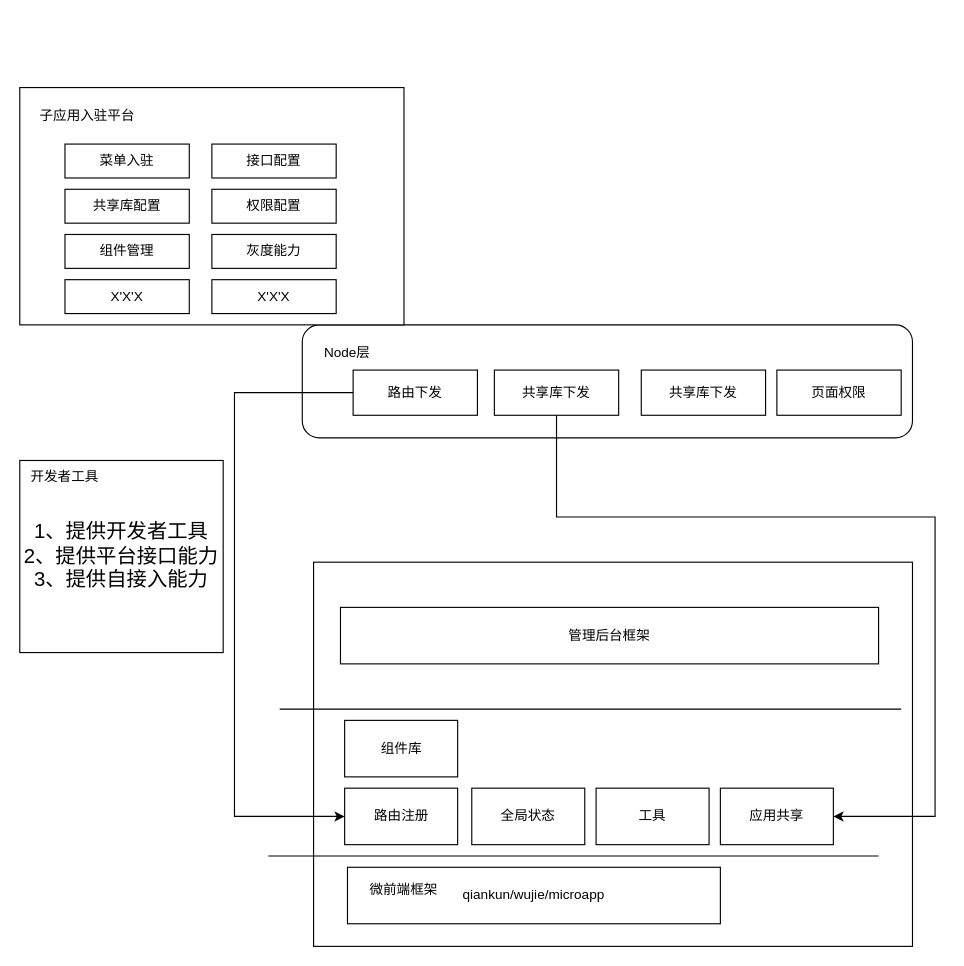
Before: 微前端方案落地.drawio in Kucell/tech-solutions, a draw.io diagram. Source tidied: cells renumbered, new cells numbered last; positions are measured from the earlier drawing's top-left corner, leaving out a move shared by most shapes. Both pictures are drawn from the tidied source at 113%, with x=0, y=0 at pixel (19, 87).
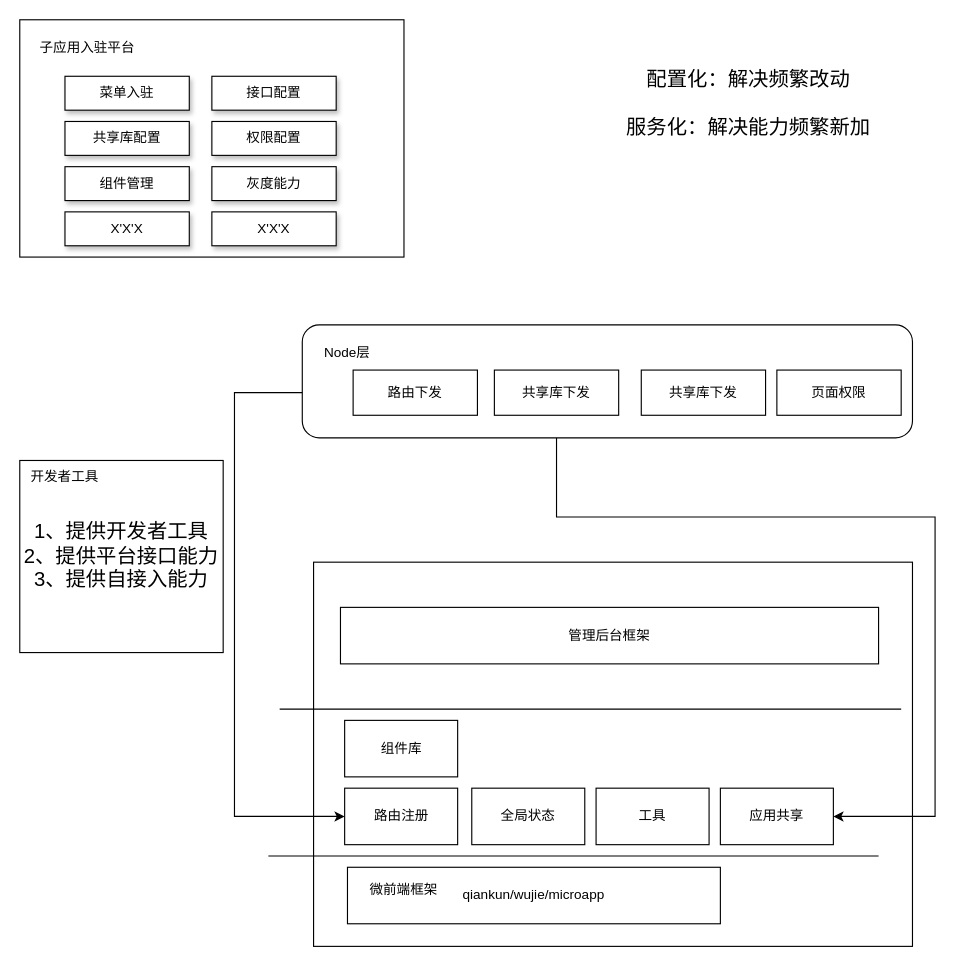
The same page after the edit.

Commit message (it also covers changes not shown here):
Update 微前端方案落地.drawio

Diff of the diagram source:
```diff
@@
-    <mxCell id="13" style="rounded=1;whiteSpace=wrap;html=1;" parent="1" vertex="1">
-      <mxGeometry x="250" y="210" width="540" height="100" as="geometry" />
-    </mxCell>
-    <mxCell id="14" value="Node层" style="text;html=1;strokeColor=none;fillColor=none;align=center;verticalAlign=middle;whiteSpace=wrap;rounded=0;" parent="1" vertex="1">
-      <mxGeometry x="260" y="220" width="60" height="30" as="geometry" />
-    </mxCell>
@@
-    <mxCell id="16" value="路由下发" style="rounded=0;whiteSpace=wrap;html=1;" parent="1" vertex="1">
-      <mxGeometry x="295" y="250" width="110" height="40" as="geometry" />
-    </mxCell>
@@
-    <mxCell id="18" value="共享库下发" style="rounded=0;whiteSpace=wrap;html=1;" parent="1" vertex="1">
-      <mxGeometry x="420" y="250" width="110" height="40" as="geometry" />
-    </mxCell>
-    <mxCell id="19" value="共享库下发" style="rounded=0;whiteSpace=wrap;html=1;" parent="1" vertex="1">
-      <mxGeometry x="550" y="250" width="110" height="40" as="geometry" />
-    </mxCell>
-    <mxCell id="20" value="页面权限" style="rounded=0;whiteSpace=wrap;html=1;" parent="1" vertex="1">
-      <mxGeometry x="670" y="250" width="110" height="40" as="geometry" />
-    </mxCell>
+    <mxCell id="31" value="&lt;font style=&quot;font-size: 18px;&quot;&gt;1、提供开发者工具&lt;br&gt;2、提供平台接口能力&lt;br&gt;3、提供自接入能力&lt;/font&gt;" style="rounded=0;whiteSpace=wrap;html=1;" parent="1" vertex="1">
+      <mxGeometry y="330" width="180" height="170" as="geometry" />
+    </mxCell>
+    <mxCell id="32" value="开发者工具" style="text;html=1;strokeColor=none;fillColor=none;align=center;verticalAlign=middle;whiteSpace=wrap;rounded=0;" parent="1" vertex="1">
+      <mxGeometry y="330" width="80" height="30" as="geometry" />
+    </mxCell>
+    <mxCell id="33" style="group;" parent="1" vertex="1">
+      <mxGeometry y="-60" width="340" height="210" as="geometry" />
+    </mxCell>
-    <mxCell id="21" style="rounded=0;whiteSpace=wrap;html=1;" parent="1" vertex="1">
+    <mxCell id="21" style="rounded=0;whiteSpace=wrap;html=1;" parent="33" vertex="1">
       <mxGeometry width="340" height="210" as="geometry" />
     </mxCell>
-    <mxCell id="22" value="子应用入驻平台" style="text;html=1;strokeColor=none;fillColor=none;align=center;verticalAlign=middle;whiteSpace=wrap;rounded=0;" parent="1" vertex="1">
+    <mxCell id="22" value="子应用入驻平台" style="text;html=1;strokeColor=none;fillColor=none;align=center;verticalAlign=middle;whiteSpace=wrap;rounded=0;shadow=1;" parent="33" vertex="1">
       <mxGeometry x="10" y="10" width="100" height="30" as="geometry" />
     </mxCell>
-    <mxCell id="23" value="菜单入驻" style="rounded=0;whiteSpace=wrap;html=1;" parent="1" vertex="1">
+    <mxCell id="23" value="菜单入驻" style="rounded=0;whiteSpace=wrap;html=1;shadow=1;" parent="33" vertex="1">
       <mxGeometry x="40" y="50" width="110" height="30" as="geometry" />
     </mxCell>
-    <mxCell id="24" value="接口配置" style="rounded=0;whiteSpace=wrap;html=1;" parent="1" vertex="1">
+    <mxCell id="24" value="接口配置" style="rounded=0;whiteSpace=wrap;html=1;shadow=1;" parent="33" vertex="1">
       <mxGeometry x="170" y="50" width="110" height="30" as="geometry" />
     </mxCell>
-    <mxCell id="25" value="共享库配置" style="rounded=0;whiteSpace=wrap;html=1;" parent="1" vertex="1">
+    <mxCell id="25" value="共享库配置" style="rounded=0;whiteSpace=wrap;html=1;shadow=1;" parent="33" vertex="1">
       <mxGeometry x="40" y="90" width="110" height="30" as="geometry" />
     </mxCell>
-    <mxCell id="26" value="权限配置" style="rounded=0;whiteSpace=wrap;html=1;" parent="1" vertex="1">
+    <mxCell id="26" value="权限配置" style="rounded=0;whiteSpace=wrap;html=1;shadow=1;" parent="33" vertex="1">
       <mxGeometry x="170" y="90" width="110" height="30" as="geometry" />
     </mxCell>
-    <mxCell id="27" value="组件管理" style="rounded=0;whiteSpace=wrap;html=1;" parent="1" vertex="1">
+    <mxCell id="27" value="组件管理" style="rounded=0;whiteSpace=wrap;html=1;shadow=1;" parent="33" vertex="1">
       <mxGeometry x="40" y="130" width="110" height="30" as="geometry" />
     </mxCell>
-    <mxCell id="28" value="灰度能力" style="rounded=0;whiteSpace=wrap;html=1;" parent="1" vertex="1">
+    <mxCell id="28" value="灰度能力" style="rounded=0;whiteSpace=wrap;html=1;shadow=1;" parent="33" vertex="1">
       <mxGeometry x="170" y="130" width="110" height="30" as="geometry" />
     </mxCell>
-    <mxCell id="29" value="X'X'X" style="rounded=0;whiteSpace=wrap;html=1;" parent="1" vertex="1">
+    <mxCell id="29" value="X'X'X" style="rounded=0;whiteSpace=wrap;html=1;shadow=1;" parent="33" vertex="1">
       <mxGeometry x="40" y="170" width="110" height="30" as="geometry" />
     </mxCell>
-    <mxCell id="30" value="X'X'X" style="rounded=0;whiteSpace=wrap;html=1;" parent="1" vertex="1">
+    <mxCell id="30" value="X'X'X" style="rounded=0;whiteSpace=wrap;html=1;shadow=1;" parent="33" vertex="1">
       <mxGeometry x="170" y="170" width="110" height="30" as="geometry" />
     </mxCell>
-    <mxCell id="31" value="&lt;font style=&quot;font-size: 18px;&quot;&gt;1、提供开发者工具&lt;br&gt;2、提供平台接口能力&lt;br&gt;3、提供自接入能力&lt;/font&gt;" style="rounded=0;whiteSpace=wrap;html=1;" parent="1" vertex="1">
-      <mxGeometry y="330" width="180" height="170" as="geometry" />
-    </mxCell>
-    <mxCell id="32" value="开发者工具" style="text;html=1;strokeColor=none;fillColor=none;align=center;verticalAlign=middle;whiteSpace=wrap;rounded=0;" parent="1" vertex="1">
-      <mxGeometry y="330" width="80" height="30" as="geometry" />
-    </mxCell>
+    <mxCell id="34" value="&lt;font style=&quot;font-size: 18px;&quot;&gt;配置化：解决频繁改动&lt;br&gt;&lt;br&gt;服务化：解决能力频繁新加&lt;br&gt;&lt;/font&gt;" style="text;html=1;strokeColor=none;fillColor=none;align=center;verticalAlign=middle;whiteSpace=wrap;rounded=0;" parent="1" vertex="1">
+      <mxGeometry x="480" y="-20" width="330" height="70" as="geometry" />
+    </mxCell>
+    <mxCell id="35" style="group;" parent="1" vertex="1">
+      <mxGeometry x="250" y="210" width="540" height="100" as="geometry" />
+    </mxCell>
+    <mxCell id="13" style="rounded=1;whiteSpace=wrap;html=1;" parent="35" vertex="1">
+      <mxGeometry width="540" height="100" as="geometry" />
+    </mxCell>
+    <mxCell id="14" value="Node层" style="text;html=1;strokeColor=none;fillColor=none;align=center;verticalAlign=middle;whiteSpace=wrap;rounded=0;" parent="35" vertex="1">
+      <mxGeometry x="10" y="10" width="60" height="30" as="geometry" />
+    </mxCell>
+    <mxCell id="16" value="路由下发" style="rounded=0;whiteSpace=wrap;html=1;" parent="35" vertex="1">
+      <mxGeometry x="45" y="40" width="110" height="40" as="geometry" />
+    </mxCell>
+    <mxCell id="18" value="共享库下发" style="rounded=0;whiteSpace=wrap;html=1;" parent="35" vertex="1">
+      <mxGeometry x="170" y="40" width="110" height="40" as="geometry" />
+    </mxCell>
+    <mxCell id="19" value="共享库下发" style="rounded=0;whiteSpace=wrap;html=1;" parent="35" vertex="1">
+      <mxGeometry x="300" y="40" width="110" height="40" as="geometry" />
+    </mxCell>
+    <mxCell id="20" value="页面权限" style="rounded=0;whiteSpace=wrap;html=1;" parent="35" vertex="1">
+      <mxGeometry x="420" y="40" width="110" height="40" as="geometry" />
+    </mxCell>
```
